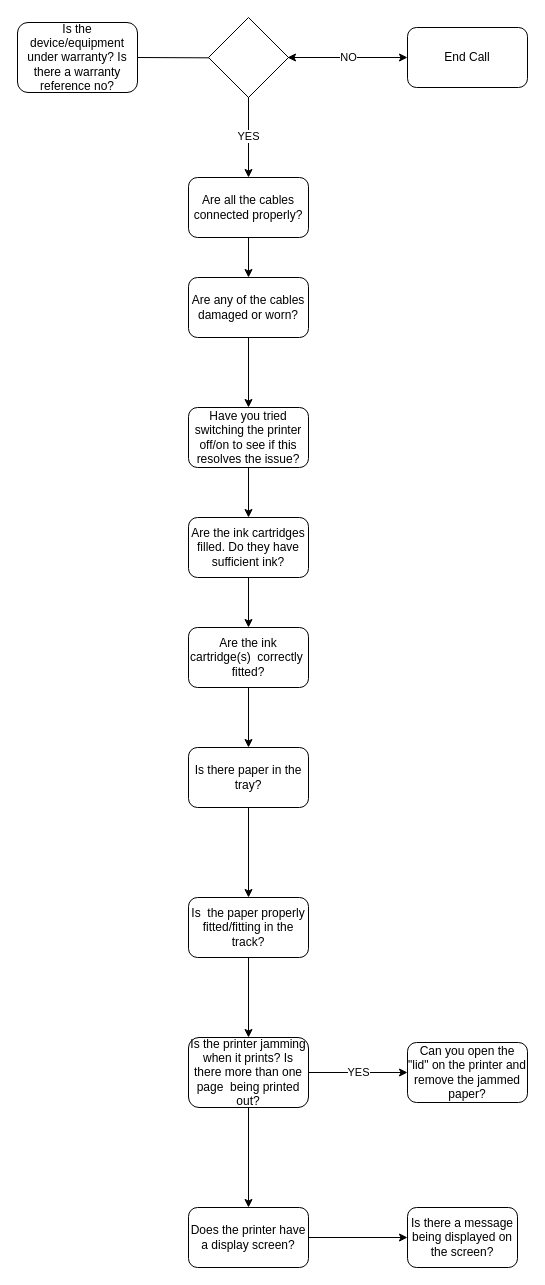
Above: CustomerSupportScript.drawio in L00086023/StudentExercises (draw.io), before the change. Source tidied: cells renumbered, new cells numbered last; positions are measured from the earlier drawing's top-left corner, leaving out a move shared by most shapes. Both pictures are drawn from the tidied source at 100%, with x=0, y=0 at pixel (17, 17).
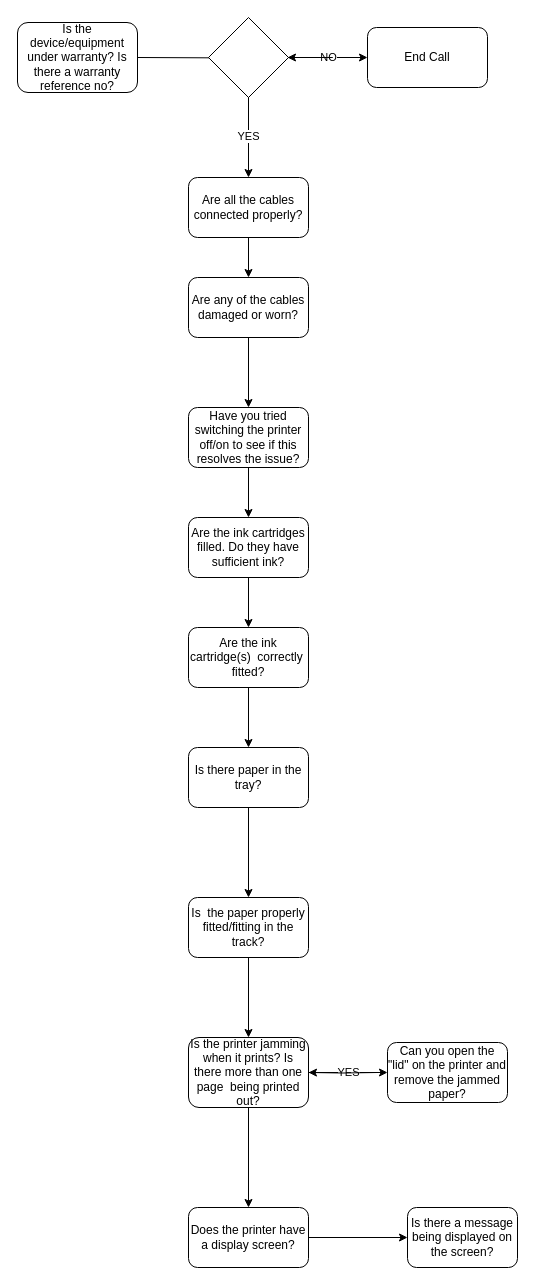
After the change.

Unchanged cells that the change refers to:
```xml
<mxCell id="15" style="rhombus;whiteSpace=wrap;html=1;" parent="1" vertex="1">
  <mxGeometry x="191" width="80" height="80" as="geometry" />
</mxCell>
<mxCell id="21" value="Is the printer jamming when it prints? Is there more than one page&amp;nbsp; being printed out?" style="rounded=1;whiteSpace=wrap;html=1;" parent="1" vertex="1">
  <mxGeometry x="171" y="1020" width="120" height="70" as="geometry" />
</mxCell>
```

What changed in the source:
```diff
@@
     <mxCell id="7" value="YES" style="endArrow=classic;html=1;exitX=1;exitY=0.5;exitDx=0;exitDy=0;" parent="1" edge="1" source="21">
       <mxGeometry relative="1" as="geometry">
-        <mxPoint x="390" y="1055" as="targetPoint" />
+        <mxPoint x="370" y="1055" as="targetPoint" />
       </mxGeometry>
     </mxCell>
+    <mxCell id="30" style="edgeStyle=orthogonalEdgeStyle;rounded=0;jettySize=auto;html=1;" parent="1" edge="1" target="21">
+      <mxGeometry relative="1" as="geometry">
+        <mxPoint x="360" y="1055" as="sourcePoint" />
+      </mxGeometry>
+    </mxCell>
     <mxCell id="8" value="Can you open the &quot;lid&quot; on the printer and remove the jammed paper?" style="rounded=1;whiteSpace=wrap;html=1;" parent="1" vertex="1">
-      <mxGeometry x="390" y="1025" width="120" height="60" as="geometry" />
+      <mxGeometry x="370" y="1025" width="120" height="60" as="geometry" />
     </mxCell>
@@
     <mxCell id="16" value="End Call" style="rounded=1;whiteSpace=wrap;html=1;" parent="1" vertex="1">
-      <mxGeometry x="390" y="10" width="120" height="60" as="geometry" />
+      <mxGeometry x="350" y="10" width="120" height="60" as="geometry" />
     </mxCell>
     <mxCell id="17" value="NO" style="endArrow=classic;html=1;exitX=1;exitY=0.5;exitDx=0;exitDy=0;" parent="1" edge="1" source="15">
       <mxGeometry relative="1" as="geometry">
-        <mxPoint x="390" y="40" as="targetPoint" />
+        <mxPoint x="350" y="40" as="targetPoint" />
       </mxGeometry>
     </mxCell>
```
